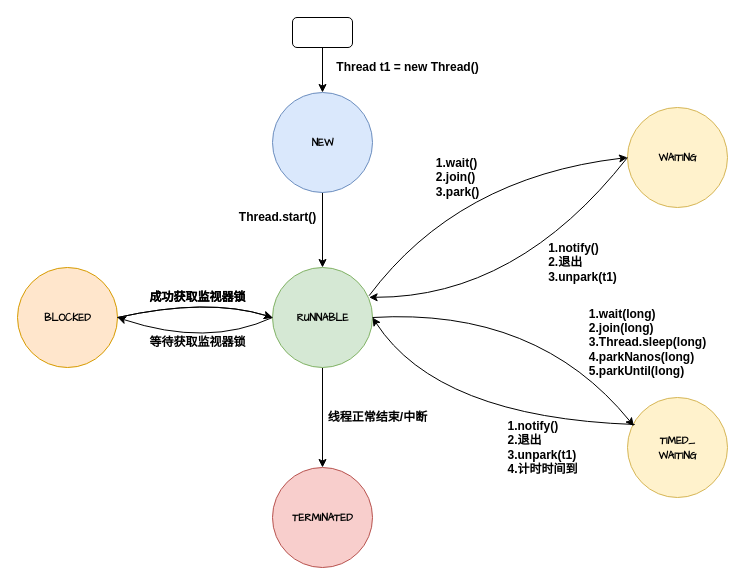
linkins1/MyNoteBooks keeps this draw.io diagram as page "Page-22" (22 of 31) of resources/drawio/Untitled Diagram.drawio. Above is the earlier version. Source tidied: cells renumbered, new cells numbered last; positions are measured from the earlier drawing's top-left corner, leaving out a move shared by most shapes. Both pictures are drawn from the tidied source at 100%, with x=0, y=0 at pixel (17, 17).
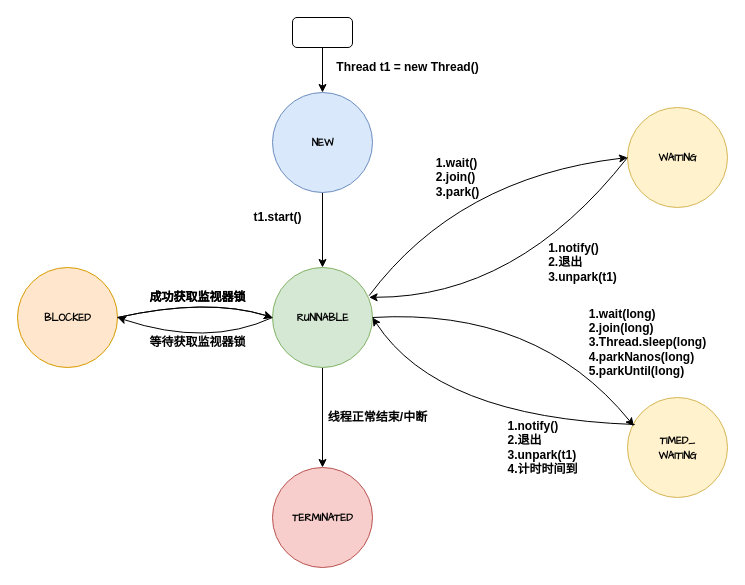
The same page after the edit.

Change to the diagram source:
```diff
@@
-    <mxCell id="19" value="&lt;b&gt;Thread.start()&lt;/b&gt;" style="text;html=1;align=center;verticalAlign=middle;" parent="1" vertex="1">
-      <mxGeometry x="210" y="190" width="100" height="20" as="geometry" />
+    <mxCell id="19" value="&lt;b&gt;t1.start()&lt;/b&gt;" style="text;html=1;align=center;verticalAlign=middle;" parent="1" vertex="1">
+      <mxGeometry x="230" y="190" width="60" height="20" as="geometry" />
     </mxCell>
```
